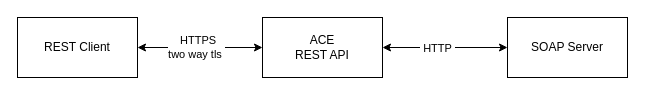
bridgecrew-perf6/local-deployment keeps this draw.io diagram as figures/ace-soapserver.drawio. Above is the earlier version. Source tidied: cells renumbered, new cells numbered last; positions are measured from the earlier drawing's top-left corner, leaving out a move shared by most shapes. Both pictures are drawn from the tidied source at 100%, with x=0, y=0 at pixel (17, 17).
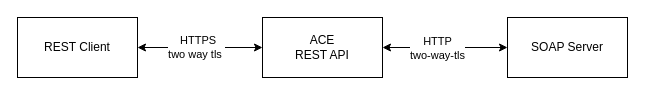
Above is the later version.

The edit, as a diff of the source:
```diff
@@
 <mxGraphModel>
   <root>
     <mxCell id="0" />
     <mxCell id="1" parent="0" />
     <mxCell id="2" style="edgeStyle=orthogonalEdgeStyle;rounded=0;jettySize=auto;html=1;entryX=0;entryY=0.5;entryDx=0;entryDy=0;startArrow=classic;startFill=1;" parent="1" edge="1" source="4" target="5">
       <mxGeometry relative="1" as="geometry" />
     </mxCell>
-    <mxCell id="3" value="&amp;nbsp;HTTP&amp;nbsp;" style="edgeLabel;html=1;align=center;verticalAlign=middle;" parent="2" vertex="1">
+    <mxCell id="3" value="&amp;nbsp;HTTP&amp;nbsp;&lt;br&gt;two-way-tls" style="edgeLabel;html=1;align=center;verticalAlign=middle;" parent="2" vertex="1">
       <mxGeometry x="-0.18" y="-2" relative="1" as="geometry">
         <mxPoint x="3.9" y="-2" as="offset" />
       </mxGeometry>
     </mxCell>
     <mxCell id="4" value="ACE&lt;br&gt;REST API" style="rounded=0;whiteSpace=wrap;html=1;" parent="1" vertex="1">
       <mxGeometry x="245" width="120" height="60" as="geometry" />
     </mxCell>
     <mxCell id="5" value="SOAP Server" style="rounded=0;whiteSpace=wrap;html=1;" parent="1" vertex="1">
       <mxGeometry x="490" width="120" height="60" as="geometry" />
     </mxCell>
     <mxCell id="6" style="edgeStyle=orthogonalEdgeStyle;rounded=0;jettySize=auto;html=1;entryX=0;entryY=0.5;entryDx=0;entryDy=0;startArrow=classic;startFill=1;" parent="1" edge="1" source="8" target="4">
       <mxGeometry relative="1" as="geometry" />
     </mxCell>
     <mxCell id="7" value="&amp;nbsp;HTTPS&lt;br&gt;two way tls&amp;nbsp;" style="edgeLabel;html=1;align=center;verticalAlign=middle;" parent="6" vertex="1">
       <mxGeometry x="-0.07" y="1" relative="1" as="geometry" />
     </mxCell>
     <mxCell id="8" value="REST Client" style="rounded=0;whiteSpace=wrap;html=1;" parent="1" vertex="1">
       <mxGeometry width="120" height="60" as="geometry" />
     </mxCell>
   </root>
 </mxGraphModel>
```
